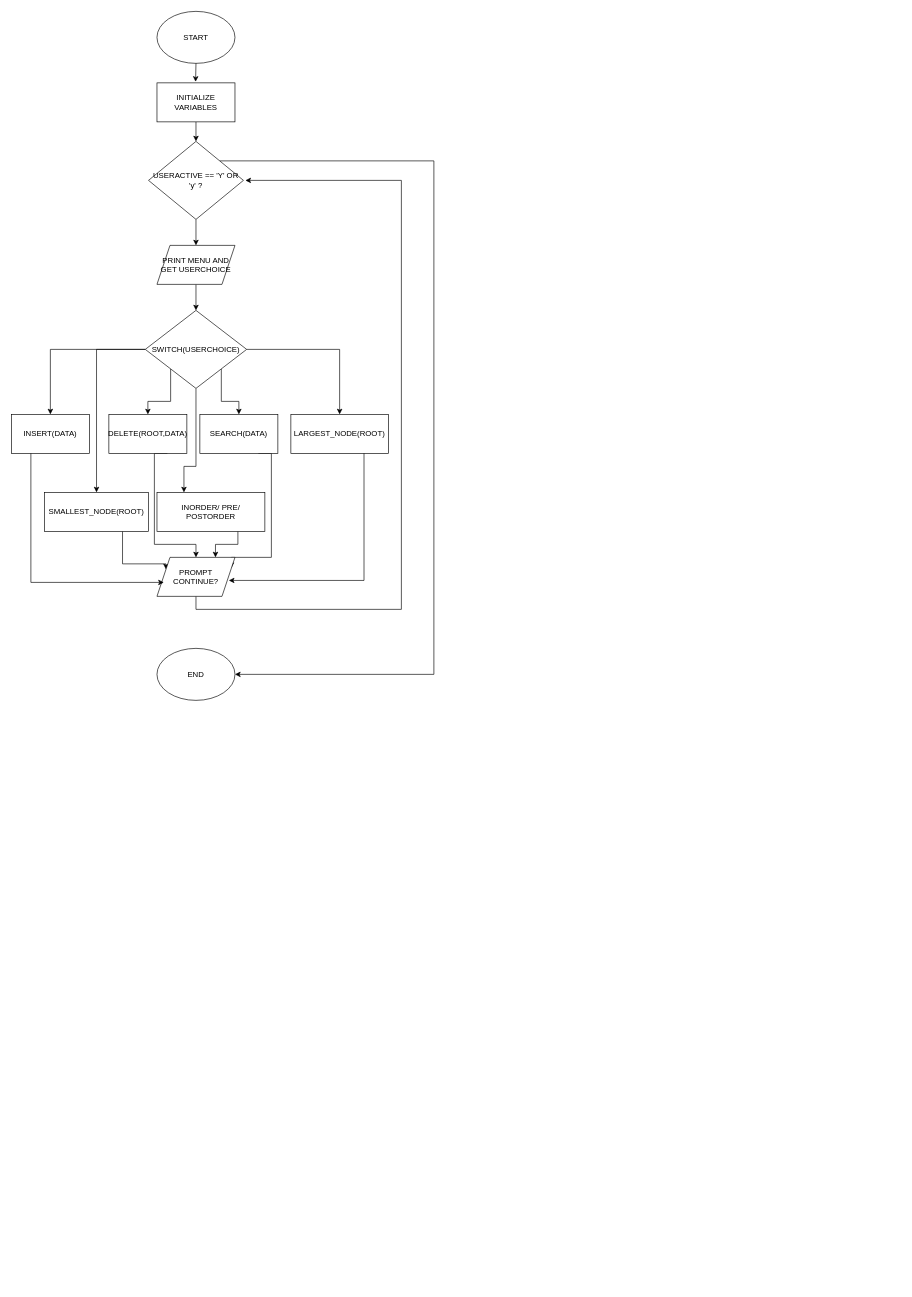
Earlier version of the draw.io diagram Exp9.drawio (ahamril2265/DSA-LABS). Source tidied: cells renumbered, new cells numbered last; positions are measured from the earlier drawing's top-left corner, leaving out a move shared by most shapes. Both pictures are drawn from the tidied source at 65%, with x=0, y=0 at pixel (11, 11).
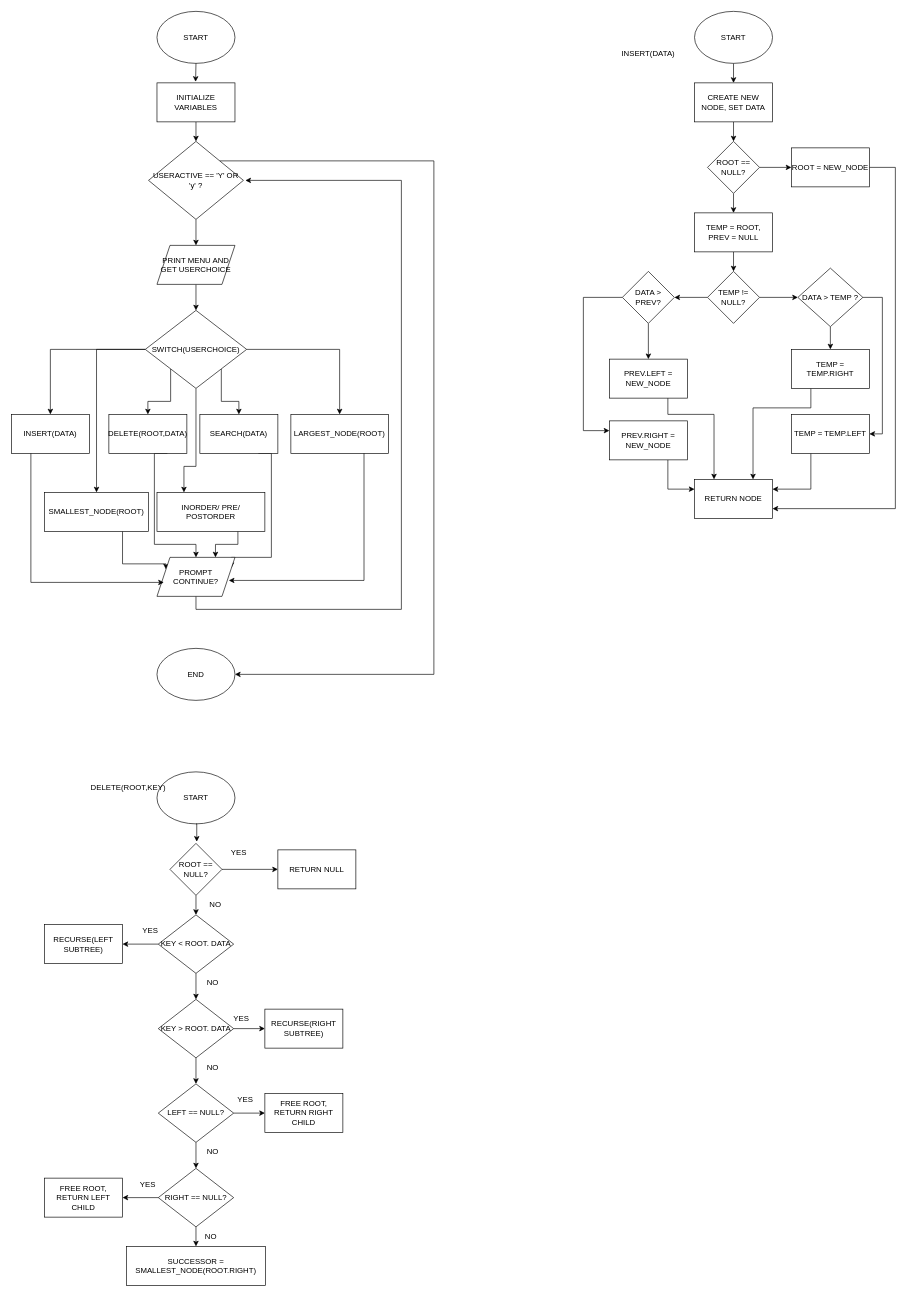
Above is the later version.

What changed in the source:
```diff
@@
+    <mxCell id="33" style="edgeStyle=orthogonalEdgeStyle;rounded=0;jettySize=auto;html=1;exitX=0.5;exitY=1;exitDx=0;exitDy=0;entryX=0.5;entryY=0;entryDx=0;entryDy=0;" parent="1" edge="1" source="34" target="36">
+      <mxGeometry relative="1" as="geometry" />
+    </mxCell>
+    <mxCell id="34" value="START" style="ellipse;whiteSpace=wrap;html=1;" parent="1" vertex="1">
+      <mxGeometry x="1051" width="120" height="80" as="geometry" />
+    </mxCell>
+    <mxCell id="35" style="edgeStyle=orthogonalEdgeStyle;rounded=0;jettySize=auto;html=1;exitX=0.5;exitY=1;exitDx=0;exitDy=0;entryX=0.5;entryY=0;entryDx=0;entryDy=0;" parent="1" edge="1" source="36" target="39">
+      <mxGeometry relative="1" as="geometry" />
+    </mxCell>
+    <mxCell id="36" value="CREATE NEW NODE, SET DATA" style="rounded=0;whiteSpace=wrap;html=1;" parent="1" vertex="1">
+      <mxGeometry x="1051" y="110" width="120" height="60" as="geometry" />
+    </mxCell>
+    <mxCell id="37" style="edgeStyle=orthogonalEdgeStyle;rounded=0;jettySize=auto;html=1;exitX=0.5;exitY=1;exitDx=0;exitDy=0;entryX=0.5;entryY=0;entryDx=0;entryDy=0;" parent="1" edge="1" source="39" target="41">
+      <mxGeometry relative="1" as="geometry" />
+    </mxCell>
+    <mxCell id="38" style="edgeStyle=orthogonalEdgeStyle;rounded=0;jettySize=auto;html=1;exitX=1;exitY=0.5;exitDx=0;exitDy=0;entryX=0;entryY=0.5;entryDx=0;entryDy=0;" parent="1" edge="1" source="39" target="61">
+      <mxGeometry relative="1" as="geometry" />
+    </mxCell>
+    <mxCell id="39" value="ROOT == NULL?" style="rhombus;whiteSpace=wrap;html=1;" parent="1" vertex="1">
+      <mxGeometry x="1071" y="200" width="80" height="80" as="geometry" />
+    </mxCell>
+    <mxCell id="40" style="edgeStyle=orthogonalEdgeStyle;rounded=0;jettySize=auto;html=1;exitX=0.5;exitY=1;exitDx=0;exitDy=0;entryX=0.5;entryY=0;entryDx=0;entryDy=0;" parent="1" edge="1" source="41" target="44">
+      <mxGeometry relative="1" as="geometry" />
+    </mxCell>
+    <mxCell id="41" value="TEMP = ROOT, PREV = NULL" style="rounded=0;whiteSpace=wrap;html=1;" parent="1" vertex="1">
+      <mxGeometry x="1051" y="310" width="120" height="60" as="geometry" />
+    </mxCell>
+    <mxCell id="42" style="edgeStyle=orthogonalEdgeStyle;rounded=0;jettySize=auto;html=1;exitX=0;exitY=0.5;exitDx=0;exitDy=0;entryX=1;entryY=0.5;entryDx=0;entryDy=0;" parent="1" edge="1" source="44" target="54">
+      <mxGeometry relative="1" as="geometry" />
+    </mxCell>
+    <mxCell id="43" style="edgeStyle=orthogonalEdgeStyle;rounded=0;jettySize=auto;html=1;exitX=1;exitY=0.5;exitDx=0;exitDy=0;entryX=0;entryY=0.5;entryDx=0;entryDy=0;" parent="1" edge="1" source="44" target="47">
+      <mxGeometry relative="1" as="geometry" />
+    </mxCell>
+    <mxCell id="44" value="TEMP != NULL?" style="rhombus;whiteSpace=wrap;html=1;" parent="1" vertex="1">
+      <mxGeometry x="1071" y="400" width="80" height="80" as="geometry" />
+    </mxCell>
+    <mxCell id="45" style="edgeStyle=orthogonalEdgeStyle;rounded=0;jettySize=auto;html=1;exitX=0.5;exitY=1;exitDx=0;exitDy=0;entryX=0.5;entryY=0;entryDx=0;entryDy=0;" parent="1" edge="1" source="47" target="49">
+      <mxGeometry relative="1" as="geometry" />
+    </mxCell>
+    <mxCell id="46" style="edgeStyle=orthogonalEdgeStyle;rounded=0;jettySize=auto;html=1;exitX=1;exitY=0.5;exitDx=0;exitDy=0;entryX=1;entryY=0.5;entryDx=0;entryDy=0;" parent="1" edge="1" source="47" target="51">
+      <mxGeometry relative="1" as="geometry" />
+    </mxCell>
+    <mxCell id="47" value="DATA &amp;gt; TEMP ?" style="rhombus;whiteSpace=wrap;html=1;" parent="1" vertex="1">
+      <mxGeometry x="1210" y="395" width="100" height="90" as="geometry" />
+    </mxCell>
+    <mxCell id="48" style="edgeStyle=orthogonalEdgeStyle;rounded=0;jettySize=auto;html=1;exitX=0.25;exitY=1;exitDx=0;exitDy=0;entryX=0.75;entryY=0;entryDx=0;entryDy=0;" parent="1" edge="1" source="49" target="55">
+      <mxGeometry relative="1" as="geometry">
+        <Array as="points">
+          <mxPoint x="1230" y="610" />
+          <mxPoint x="1141" y="610" />
+        </Array>
+      </mxGeometry>
+    </mxCell>
+    <mxCell id="49" value="TEMP = TEMP.RIGHT" style="rounded=0;whiteSpace=wrap;html=1;" parent="1" vertex="1">
+      <mxGeometry x="1200" y="520" width="120" height="60" as="geometry" />
+    </mxCell>
+    <mxCell id="50" style="edgeStyle=orthogonalEdgeStyle;rounded=0;jettySize=auto;html=1;exitX=0.25;exitY=1;exitDx=0;exitDy=0;entryX=1;entryY=0.25;entryDx=0;entryDy=0;" parent="1" edge="1" source="51" target="55">
+      <mxGeometry relative="1" as="geometry" />
+    </mxCell>
+    <mxCell id="51" value="TEMP = TEMP.LEFT" style="rounded=0;whiteSpace=wrap;html=1;" parent="1" vertex="1">
+      <mxGeometry x="1200" y="620" width="120" height="60" as="geometry" />
+    </mxCell>
+    <mxCell id="52" style="edgeStyle=orthogonalEdgeStyle;rounded=0;jettySize=auto;html=1;exitX=0.5;exitY=1;exitDx=0;exitDy=0;entryX=0.5;entryY=0;entryDx=0;entryDy=0;" parent="1" edge="1" source="54" target="57">
+      <mxGeometry relative="1" as="geometry" />
+    </mxCell>
+    <mxCell id="53" style="edgeStyle=orthogonalEdgeStyle;rounded=0;jettySize=auto;html=1;exitX=0;exitY=0.5;exitDx=0;exitDy=0;entryX=0;entryY=0.25;entryDx=0;entryDy=0;" parent="1" edge="1" source="54" target="59">
+      <mxGeometry relative="1" as="geometry">
+        <Array as="points">
+          <mxPoint x="880" y="440" />
+          <mxPoint x="880" y="645" />
+        </Array>
+      </mxGeometry>
+    </mxCell>
+    <mxCell id="54" value="DATA &amp;gt; PREV?" style="rhombus;whiteSpace=wrap;html=1;" parent="1" vertex="1">
+      <mxGeometry x="940" y="400" width="80" height="80" as="geometry" />
+    </mxCell>
+    <mxCell id="55" value="RETURN NODE" style="rounded=0;whiteSpace=wrap;html=1;" parent="1" vertex="1">
+      <mxGeometry x="1051" y="720" width="120" height="60" as="geometry" />
+    </mxCell>
+    <mxCell id="56" style="edgeStyle=orthogonalEdgeStyle;rounded=0;jettySize=auto;html=1;exitX=0.75;exitY=1;exitDx=0;exitDy=0;entryX=0.25;entryY=0;entryDx=0;entryDy=0;" parent="1" edge="1" source="57" target="55">
+      <mxGeometry relative="1" as="geometry">
+        <Array as="points">
+          <mxPoint x="1010" y="620" />
+          <mxPoint x="1081" y="620" />
+        </Array>
+      </mxGeometry>
+    </mxCell>
+    <mxCell id="57" value="PREV.LEFT = NEW_NODE" style="rounded=0;whiteSpace=wrap;html=1;" parent="1" vertex="1">
+      <mxGeometry x="920" y="535" width="120" height="60" as="geometry" />
+    </mxCell>
+    <mxCell id="58" style="edgeStyle=orthogonalEdgeStyle;rounded=0;jettySize=auto;html=1;exitX=0.75;exitY=1;exitDx=0;exitDy=0;entryX=0;entryY=0.25;entryDx=0;entryDy=0;" parent="1" edge="1" source="59" target="55">
+      <mxGeometry relative="1" as="geometry" />
+    </mxCell>
+    <mxCell id="59" value="PREV.RIGHT = NEW_NODE" style="rounded=0;whiteSpace=wrap;html=1;" parent="1" vertex="1">
+      <mxGeometry x="920" y="630" width="120" height="60" as="geometry" />
+    </mxCell>
+    <mxCell id="60" style="edgeStyle=orthogonalEdgeStyle;rounded=0;jettySize=auto;html=1;exitX=1;exitY=0.5;exitDx=0;exitDy=0;entryX=1;entryY=0.75;entryDx=0;entryDy=0;" parent="1" edge="1" source="61" target="55">
+      <mxGeometry relative="1" as="geometry">
+        <Array as="points">
+          <mxPoint x="1360" y="240" />
+          <mxPoint x="1360" y="765" />
+        </Array>
+      </mxGeometry>
+    </mxCell>
+    <mxCell id="61" value="ROOT = NEW_NODE" style="rounded=0;whiteSpace=wrap;html=1;" parent="1" vertex="1">
+      <mxGeometry x="1200" y="210" width="120" height="60" as="geometry" />
+    </mxCell>
+    <mxCell id="62" value="INSERT(DATA)" style="text;html=1;whiteSpace=wrap;strokeColor=none;fillColor=none;align=center;verticalAlign=middle;rounded=0;" parent="1" vertex="1">
+      <mxGeometry x="950" y="50" width="60" height="30" as="geometry" />
+    </mxCell>
+    <mxCell id="63" value="START" style="ellipse;whiteSpace=wrap;html=1;" parent="1" vertex="1">
+      <mxGeometry x="224" y="1170" width="120" height="80" as="geometry" />
+    </mxCell>
+    <mxCell id="64" style="edgeStyle=orthogonalEdgeStyle;rounded=0;jettySize=auto;html=1;exitX=1;exitY=0.5;exitDx=0;exitDy=0;entryX=0;entryY=0.5;entryDx=0;entryDy=0;" parent="1" edge="1" source="66" target="85">
+      <mxGeometry relative="1" as="geometry" />
+    </mxCell>
+    <mxCell id="65" style="edgeStyle=orthogonalEdgeStyle;rounded=0;jettySize=auto;html=1;exitX=0.5;exitY=1;exitDx=0;exitDy=0;entryX=0.5;entryY=0;entryDx=0;entryDy=0;" parent="1" edge="1" source="66" target="69">
+      <mxGeometry relative="1" as="geometry" />
+    </mxCell>
+    <mxCell id="66" value="ROOT == NULL?" style="rhombus;whiteSpace=wrap;html=1;" parent="1" vertex="1">
+      <mxGeometry x="244" y="1280" width="80" height="80" as="geometry" />
+    </mxCell>
+    <mxCell id="67" style="edgeStyle=orthogonalEdgeStyle;rounded=0;jettySize=auto;html=1;exitX=0;exitY=0.5;exitDx=0;exitDy=0;entryX=1;entryY=0.5;entryDx=0;entryDy=0;" parent="1" edge="1" source="69" target="70">
+      <mxGeometry relative="1" as="geometry" />
+    </mxCell>
+    <mxCell id="68" style="edgeStyle=orthogonalEdgeStyle;rounded=0;jettySize=auto;html=1;exitX=0.5;exitY=1;exitDx=0;exitDy=0;entryX=0.5;entryY=0;entryDx=0;entryDy=0;" parent="1" edge="1" source="69" target="73">
+      <mxGeometry relative="1" as="geometry" />
+    </mxCell>
+    <mxCell id="69" value="KEY &amp;lt; ROOT. DATA" style="rhombus;whiteSpace=wrap;html=1;" parent="1" vertex="1">
+      <mxGeometry x="226" y="1390" width="116" height="90" as="geometry" />
+    </mxCell>
+    <mxCell id="70" value="RECURSE(LEFT SUBTREE)" style="rounded=0;whiteSpace=wrap;html=1;" parent="1" vertex="1">
+      <mxGeometry x="51" y="1405" width="120" height="60" as="geometry" />
+    </mxCell>
+    <mxCell id="71" style="edgeStyle=orthogonalEdgeStyle;rounded=0;jettySize=auto;html=1;exitX=1;exitY=0.5;exitDx=0;exitDy=0;entryX=0;entryY=0.5;entryDx=0;entryDy=0;" parent="1" edge="1" source="73" target="74">
+      <mxGeometry relative="1" as="geometry" />
+    </mxCell>
+    <mxCell id="72" style="edgeStyle=orthogonalEdgeStyle;rounded=0;jettySize=auto;html=1;exitX=0.5;exitY=1;exitDx=0;exitDy=0;entryX=0.5;entryY=0;entryDx=0;entryDy=0;" parent="1" edge="1" source="73" target="77">
+      <mxGeometry relative="1" as="geometry" />
+    </mxCell>
+    <mxCell id="73" value="KEY &amp;gt; ROOT. DATA" style="rhombus;whiteSpace=wrap;html=1;" parent="1" vertex="1">
+      <mxGeometry x="226" y="1520" width="116" height="90" as="geometry" />
+    </mxCell>
+    <mxCell id="74" value="RECURSE(RIGHT SUBTREE)" style="rounded=0;whiteSpace=wrap;html=1;" parent="1" vertex="1">
+      <mxGeometry x="390" y="1535" width="120" height="60" as="geometry" />
+    </mxCell>
+    <mxCell id="75" style="edgeStyle=orthogonalEdgeStyle;rounded=0;jettySize=auto;html=1;exitX=1;exitY=0.5;exitDx=0;exitDy=0;entryX=0;entryY=0.5;entryDx=0;entryDy=0;" parent="1" edge="1" source="77" target="78">
+      <mxGeometry relative="1" as="geometry" />
+    </mxCell>
+    <mxCell id="76" style="edgeStyle=orthogonalEdgeStyle;rounded=0;jettySize=auto;html=1;exitX=0.5;exitY=1;exitDx=0;exitDy=0;entryX=0.5;entryY=0;entryDx=0;entryDy=0;" parent="1" edge="1" source="77" target="81">
+      <mxGeometry relative="1" as="geometry" />
+    </mxCell>
+    <mxCell id="77" value="LEFT == NULL?" style="rhombus;whiteSpace=wrap;html=1;" parent="1" vertex="1">
+      <mxGeometry x="226" y="1650" width="116" height="90" as="geometry" />
+    </mxCell>
+    <mxCell id="78" value="FREE ROOT, RETURN RIGHT CHILD" style="rounded=0;whiteSpace=wrap;html=1;" parent="1" vertex="1">
+      <mxGeometry x="390" y="1665" width="120" height="60" as="geometry" />
+    </mxCell>
+    <mxCell id="79" style="edgeStyle=orthogonalEdgeStyle;rounded=0;jettySize=auto;html=1;exitX=0;exitY=0.5;exitDx=0;exitDy=0;entryX=1;entryY=0.5;entryDx=0;entryDy=0;" parent="1" edge="1" source="81" target="82">
+      <mxGeometry relative="1" as="geometry" />
+    </mxCell>
+    <mxCell id="80" style="edgeStyle=orthogonalEdgeStyle;rounded=0;jettySize=auto;html=1;exitX=0.5;exitY=1;exitDx=0;exitDy=0;entryX=0.5;entryY=0;entryDx=0;entryDy=0;" parent="1" edge="1" source="81" target="83">
+      <mxGeometry relative="1" as="geometry" />
+    </mxCell>
+    <mxCell id="81" value="RIGHT == NULL?" style="rhombus;whiteSpace=wrap;html=1;" parent="1" vertex="1">
+      <mxGeometry x="226" y="1780" width="116" height="90" as="geometry" />
+    </mxCell>
+    <mxCell id="82" value="FREE ROOT, RETURN LEFT CHILD" style="rounded=0;whiteSpace=wrap;html=1;" parent="1" vertex="1">
+      <mxGeometry x="51" y="1795" width="120" height="60" as="geometry" />
+    </mxCell>
+    <mxCell id="83" value="SUCCESSOR = SMALLEST_NODE(ROOT.RIGHT)" style="rounded=0;whiteSpace=wrap;html=1;" parent="1" vertex="1">
+      <mxGeometry x="177" y="1900" width="214" height="60" as="geometry" />
+    </mxCell>
+    <mxCell id="84" style="edgeStyle=orthogonalEdgeStyle;rounded=0;jettySize=auto;html=1;exitX=0.5;exitY=1;exitDx=0;exitDy=0;entryX=0.515;entryY=-0.033;entryDx=0;entryDy=0;entryPerimeter=0;" parent="1" edge="1" source="63" target="66">
+      <mxGeometry relative="1" as="geometry" />
+    </mxCell>
+    <mxCell id="85" value="RETURN NULL" style="rounded=0;whiteSpace=wrap;html=1;" parent="1" vertex="1">
+      <mxGeometry x="410" y="1290" width="120" height="60" as="geometry" />
+    </mxCell>
+    <mxCell id="86" value="YES" style="text;html=1;whiteSpace=wrap;strokeColor=none;fillColor=none;align=center;verticalAlign=middle;rounded=0;" parent="1" vertex="1">
+      <mxGeometry x="320" y="1280" width="60" height="30" as="geometry" />
+    </mxCell>
+    <mxCell id="87" value="YES" style="text;html=1;whiteSpace=wrap;strokeColor=none;fillColor=none;align=center;verticalAlign=middle;rounded=0;" parent="1" vertex="1">
+      <mxGeometry x="184" y="1400" width="60" height="30" as="geometry" />
+    </mxCell>
+    <mxCell id="88" value="YES" style="text;html=1;whiteSpace=wrap;strokeColor=none;fillColor=none;align=center;verticalAlign=middle;rounded=0;" parent="1" vertex="1">
+      <mxGeometry x="324" y="1535" width="60" height="30" as="geometry" />
+    </mxCell>
+    <mxCell id="89" value="YES" style="text;html=1;whiteSpace=wrap;strokeColor=none;fillColor=none;align=center;verticalAlign=middle;rounded=0;" parent="1" vertex="1">
+      <mxGeometry x="330" y="1660" width="60" height="30" as="geometry" />
+    </mxCell>
+    <mxCell id="90" value="YES" style="text;html=1;whiteSpace=wrap;strokeColor=none;fillColor=none;align=center;verticalAlign=middle;rounded=0;" parent="1" vertex="1">
+      <mxGeometry x="180" y="1790" width="60" height="30" as="geometry" />
+    </mxCell>
+    <mxCell id="91" value="NO" style="text;html=1;whiteSpace=wrap;strokeColor=none;fillColor=none;align=center;verticalAlign=middle;rounded=0;" parent="1" vertex="1">
+      <mxGeometry x="284" y="1360" width="60" height="30" as="geometry" />
+    </mxCell>
+    <mxCell id="92" value="NO" style="text;html=1;whiteSpace=wrap;strokeColor=none;fillColor=none;align=center;verticalAlign=middle;rounded=0;" parent="1" vertex="1">
+      <mxGeometry x="280" y="1480" width="60" height="30" as="geometry" />
+    </mxCell>
+    <mxCell id="93" value="NO" style="text;html=1;whiteSpace=wrap;strokeColor=none;fillColor=none;align=center;verticalAlign=middle;rounded=0;" parent="1" vertex="1">
+      <mxGeometry x="280" y="1610" width="60" height="30" as="geometry" />
+    </mxCell>
+    <mxCell id="94" value="NO" style="text;html=1;whiteSpace=wrap;strokeColor=none;fillColor=none;align=center;verticalAlign=middle;rounded=0;" parent="1" vertex="1">
+      <mxGeometry x="280" y="1740" width="60" height="30" as="geometry" />
+    </mxCell>
+    <mxCell id="95" value="NO" style="text;html=1;whiteSpace=wrap;strokeColor=none;fillColor=none;align=center;verticalAlign=middle;rounded=0;" parent="1" vertex="1">
+      <mxGeometry x="277" y="1870" width="60" height="30" as="geometry" />
+    </mxCell>
+    <mxCell id="96" value="DELETE(ROOT,KEY)" style="text;html=1;whiteSpace=wrap;strokeColor=none;fillColor=none;align=center;verticalAlign=middle;rounded=0;" parent="1" vertex="1">
+      <mxGeometry x="150" y="1180" width="60" height="30" as="geometry" />
+    </mxCell>
```
